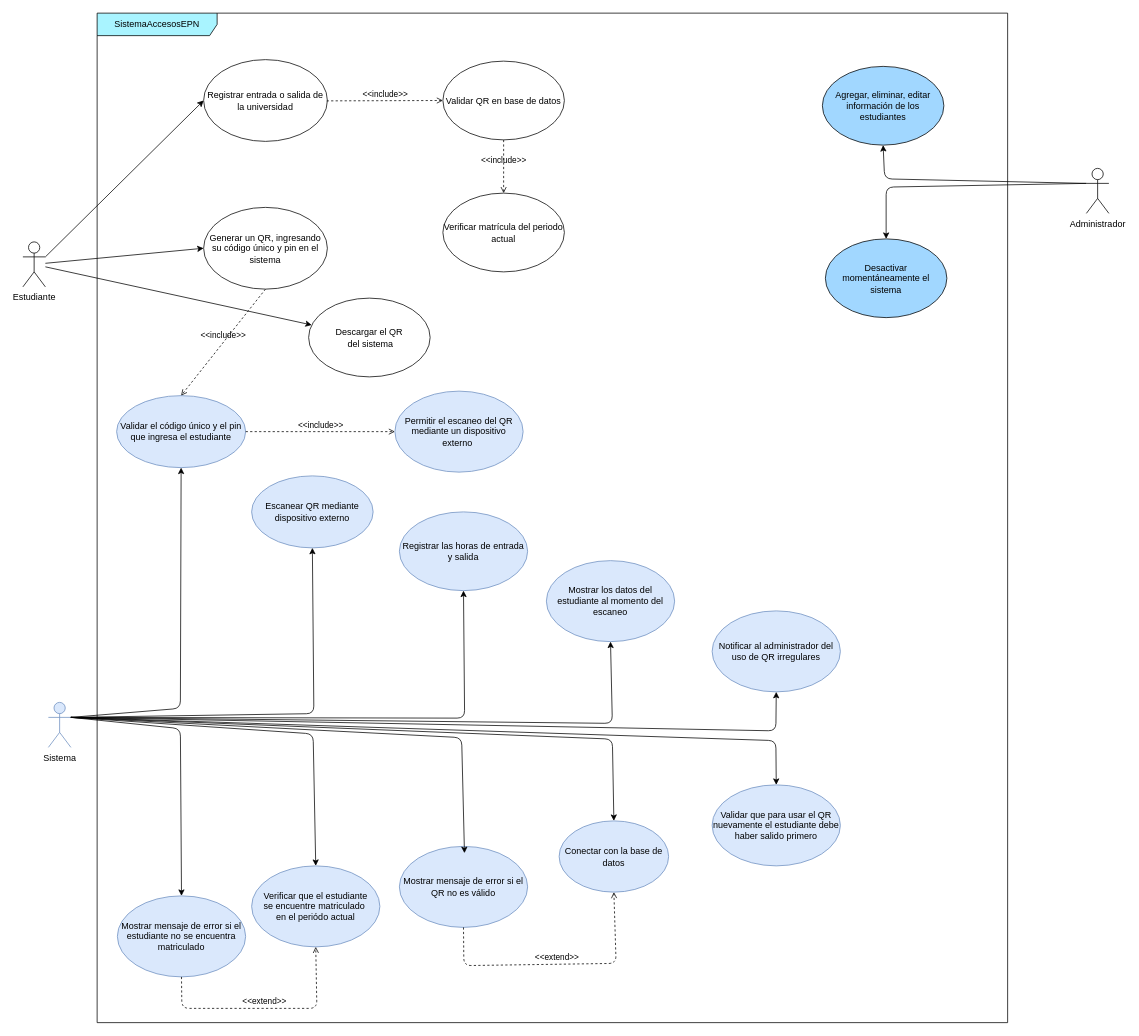
The draw.io diagram AccesoApp/design/1UseCase.drawio in Jhanavi128/Sistema_Control_AccesosEPN, before the edit. Source tidied: cells renumbered, new cells numbered last; positions are measured from the earlier drawing's top-left corner, leaving out a move shared by most shapes. Both pictures are drawn from the tidied source at 75%, with x=0, y=0 at pixel (22, 13).
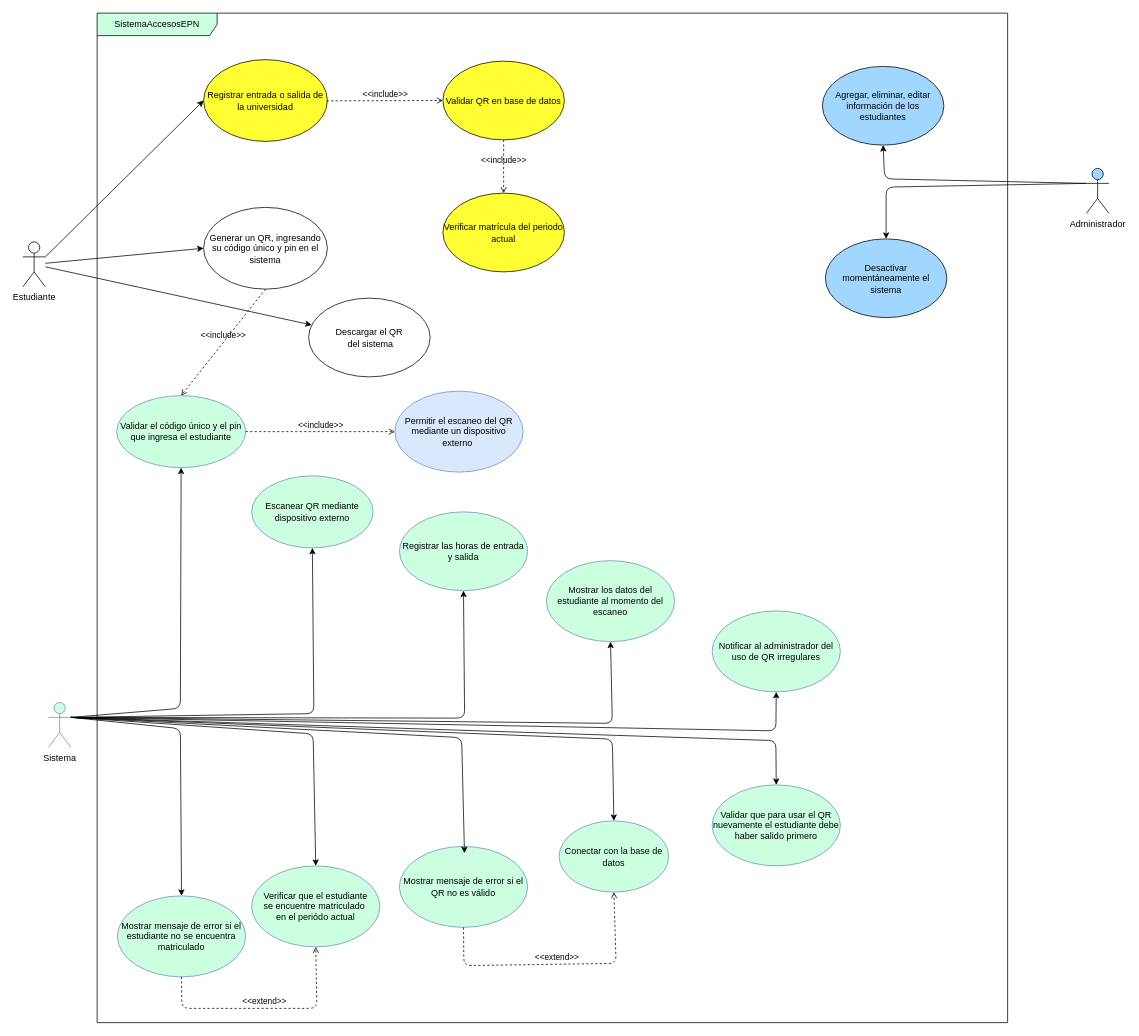
Above is the later version.

Diff of the diagram source:
```diff
@@
-    <mxCell id="2" value="SistemaAccesosEPN" style="shape=umlFrame;whiteSpace=wrap;html=1;width=160;fillColor=#A9F4FF;" parent="1" vertex="1">
+    <mxCell id="2" value="SistemaAccesosEPN" style="shape=umlFrame;whiteSpace=wrap;html=1;width=160;fillColor=#CCFFE0;" parent="1" vertex="1">
       <mxGeometry x="99" width="1214" height="1346" as="geometry" />
     </mxCell>
-    <mxCell id="3" value="Generar un QR, ingresando su código único y pin en el sistema" style="ellipse;whiteSpace=wrap;html=1;" parent="2" vertex="1">
+    <mxCell id="3" value="Generar un QR, ingresando su código único y pin en el sistema" style="ellipse;whiteSpace=wrap;html=1;fillColor=none;" parent="2" vertex="1">
       <mxGeometry x="142" y="259" width="165" height="109" as="geometry" />
     </mxCell>
-    <mxCell id="4" value="Validar el código único y el pin que ingresa el estudiante" style="ellipse;whiteSpace=wrap;html=1;fillColor=#dae8fc;strokeColor=#6c8ebf;" parent="2" vertex="1">
+    <mxCell id="4" value="Validar el código único y el pin que ingresa el estudiante" style="ellipse;whiteSpace=wrap;html=1;fillColor=#CCFFE0;strokeColor=#6c8ebf;" parent="2" vertex="1">
       <mxGeometry x="26" y="510" width="172" height="96" as="geometry" />
     </mxCell>
@@
-    <mxCell id="9" value="Registrar entrada o salida de la universidad" style="ellipse;whiteSpace=wrap;html=1;" parent="2" vertex="1">
+    <mxCell id="9" value="Registrar entrada o salida de la universidad" style="ellipse;whiteSpace=wrap;html=1;fillColor=#FFFF33;" parent="2" vertex="1">
       <mxGeometry x="142" y="62" width="165" height="109" as="geometry" />
     </mxCell>
-    <mxCell id="10" value="&lt;span style=&quot;color: rgb(0, 0, 0); text-align: left;&quot;&gt;Validar QR en base de datos&lt;/span&gt;" style="ellipse;whiteSpace=wrap;html=1;" parent="2" vertex="1">
+    <mxCell id="10" value="&lt;span style=&quot;color: rgb(0, 0, 0); text-align: left;&quot;&gt;Validar QR en base de datos&lt;/span&gt;" style="ellipse;whiteSpace=wrap;html=1;fillColor=#FFFF33;" parent="2" vertex="1">
       <mxGeometry x="461" y="64" width="162" height="105" as="geometry" />
     </mxCell>
-    <mxCell id="11" value="&lt;span style=&quot;color: rgb(0, 0, 0); text-align: left;&quot;&gt;Verificar matrícula del periodo actual&lt;/span&gt;" style="ellipse;whiteSpace=wrap;html=1;" parent="2" vertex="1">
+    <mxCell id="11" value="&lt;span style=&quot;color: rgb(0, 0, 0); text-align: left;&quot;&gt;Verificar matrícula del periodo actual&lt;/span&gt;" style="ellipse;whiteSpace=wrap;html=1;fillColor=#FFFF33;" parent="2" vertex="1">
       <mxGeometry x="461" y="240" width="162" height="105" as="geometry" />
     </mxCell>
@@
-    <mxCell id="14" value="&lt;span style=&quot;color: rgb(0, 0, 0); text-wrap-mode: nowrap;&quot;&gt;Verificar que el estudiante&lt;/span&gt;&lt;div&gt;&lt;span style=&quot;color: rgb(0, 0, 0); text-wrap-mode: nowrap;&quot;&gt;se encuentre matriculado&amp;nbsp;&lt;/span&gt;&lt;/div&gt;&lt;div&gt;&lt;span style=&quot;color: rgb(0, 0, 0); text-wrap-mode: nowrap;&quot;&gt;en el periódo actual&lt;/span&gt;&lt;/div&gt;" style="ellipse;whiteSpace=wrap;html=1;fillColor=#dae8fc;strokeColor=#6c8ebf;" parent="2" vertex="1">
+    <mxCell id="14" value="&lt;span style=&quot;color: rgb(0, 0, 0); text-wrap-mode: nowrap;&quot;&gt;Verificar que el estudiante&lt;/span&gt;&lt;div&gt;&lt;span style=&quot;color: rgb(0, 0, 0); text-wrap-mode: nowrap;&quot;&gt;se encuentre matriculado&amp;nbsp;&lt;/span&gt;&lt;/div&gt;&lt;div&gt;&lt;span style=&quot;color: rgb(0, 0, 0); text-wrap-mode: nowrap;&quot;&gt;en el periódo actual&lt;/span&gt;&lt;/div&gt;" style="ellipse;whiteSpace=wrap;html=1;fillColor=#CCFFE0;strokeColor=#6c8ebf;" parent="2" vertex="1">
       <mxGeometry x="206" y="1137" width="171" height="108" as="geometry" />
     </mxCell>
-    <mxCell id="15" value="Mostrar mensaje de error si el QR no es válido" style="ellipse;whiteSpace=wrap;html=1;fillColor=#dae8fc;strokeColor=#6c8ebf;" parent="2" vertex="1">
+    <mxCell id="15" value="Mostrar mensaje de error si el QR no es válido" style="ellipse;whiteSpace=wrap;html=1;fillColor=#CCFFE0;strokeColor=#6c8ebf;" parent="2" vertex="1">
       <mxGeometry x="403" y="1111" width="171" height="108" as="geometry" />
     </mxCell>
-    <mxCell id="16" value="Mostrar los datos del estudiante al momento del escaneo" style="ellipse;whiteSpace=wrap;html=1;fillColor=#dae8fc;strokeColor=#6c8ebf;" parent="2" vertex="1">
+    <mxCell id="16" value="Mostrar los datos del estudiante al momento del escaneo" style="ellipse;whiteSpace=wrap;html=1;fillColor=#CCFFE0;strokeColor=#6c8ebf;" parent="2" vertex="1">
       <mxGeometry x="599" y="730" width="171" height="108" as="geometry" />
     </mxCell>
-    <mxCell id="17" value="Validar que para usar el QR nuevamente el estudiante debe haber salido primero" style="ellipse;whiteSpace=wrap;html=1;fillColor=#dae8fc;strokeColor=#6c8ebf;" parent="2" vertex="1">
+    <mxCell id="17" value="Validar que para usar el QR nuevamente el estudiante debe haber salido primero" style="ellipse;whiteSpace=wrap;html=1;fillColor=#CCFFE0;strokeColor=#6c8ebf;" parent="2" vertex="1">
       <mxGeometry x="820" y="1029" width="171" height="108" as="geometry" />
     </mxCell>
-    <mxCell id="18" value="Notificar al administrador del uso de QR irregulares" style="ellipse;whiteSpace=wrap;html=1;fillColor=#dae8fc;strokeColor=#6c8ebf;" parent="2" vertex="1">
+    <mxCell id="18" value="Notificar al administrador del uso de QR irregulares" style="ellipse;whiteSpace=wrap;html=1;fillColor=#CCFFE0;strokeColor=#6c8ebf;" parent="2" vertex="1">
       <mxGeometry x="820" y="797" width="171" height="108" as="geometry" />
     </mxCell>
@@
-    <mxCell id="22" value="Conectar con la base de datos" style="ellipse;whiteSpace=wrap;html=1;fillColor=#dae8fc;strokeColor=#6c8ebf;" parent="2" vertex="1">
+    <mxCell id="22" value="Conectar con la base de datos" style="ellipse;whiteSpace=wrap;html=1;fillColor=#CCFFE0;strokeColor=#6c8ebf;" parent="2" vertex="1">
       <mxGeometry x="616" y="1077" width="146" height="95" as="geometry" />
     </mxCell>
-    <mxCell id="23" value="Registrar las horas de entrada y salida" style="ellipse;whiteSpace=wrap;html=1;fillColor=#dae8fc;strokeColor=#6c8ebf;" parent="2" vertex="1">
+    <mxCell id="23" value="Registrar las horas de entrada y salida" style="ellipse;whiteSpace=wrap;html=1;fillColor=#CCFFE0;strokeColor=#6c8ebf;" parent="2" vertex="1">
       <mxGeometry x="403" y="665" width="171" height="105" as="geometry" />
     </mxCell>
@@
-    <mxCell id="25" value="&lt;span style=&quot;color: rgb(0, 0, 0); text-align: left;&quot;&gt;Escanear QR mediante dispositivo externo&lt;/span&gt;" style="ellipse;whiteSpace=wrap;html=1;fillColor=#dae8fc;strokeColor=#6c8ebf;" parent="2" vertex="1">
+    <mxCell id="25" value="&lt;span style=&quot;color: rgb(0, 0, 0); text-align: left;&quot;&gt;Escanear QR mediante dispositivo externo&lt;/span&gt;" style="ellipse;whiteSpace=wrap;html=1;fillColor=#CCFFE0;strokeColor=#6c8ebf;" parent="2" vertex="1">
       <mxGeometry x="206" y="617" width="162" height="96" as="geometry" />
     </mxCell>
-    <mxCell id="26" value="Mostrar mensaje de error si el estudiante no se encuentra matriculado" style="ellipse;whiteSpace=wrap;html=1;fillColor=#dae8fc;strokeColor=#6c8ebf;" parent="2" vertex="1">
+    <mxCell id="26" value="Mostrar mensaje de error si el estudiante no se encuentra matriculado" style="ellipse;whiteSpace=wrap;html=1;fillColor=#CCFFE0;strokeColor=#6c8ebf;" parent="2" vertex="1">
       <mxGeometry x="27" y="1177" width="171" height="108" as="geometry" />
     </mxCell>
@@
-    <mxCell id="30" value="Sistema" style="shape=umlActor;verticalLabelPosition=bottom;verticalAlign=top;html=1;fillColor=#dae8fc;strokeColor=#6c8ebf;" parent="1" vertex="1">
+    <mxCell id="30" value="Sistema" style="shape=umlActor;verticalLabelPosition=bottom;verticalAlign=top;html=1;fillColor=#CCFFE0;strokeColor=#6c8ebf;" parent="1" vertex="1">
       <mxGeometry x="34" y="919" width="30" height="60" as="geometry" />
     </mxCell>
@@
-    <mxCell id="33" value="Administrador" style="shape=umlActor;verticalLabelPosition=bottom;verticalAlign=top;html=1;" parent="1" vertex="1">
+    <mxCell id="33" value="Administrador" style="shape=umlActor;verticalLabelPosition=bottom;verticalAlign=top;html=1;fillColor=#A1D7FF;" parent="1" vertex="1">
       <mxGeometry x="1418" y="207" width="30" height="60" as="geometry" />
     </mxCell>
```
